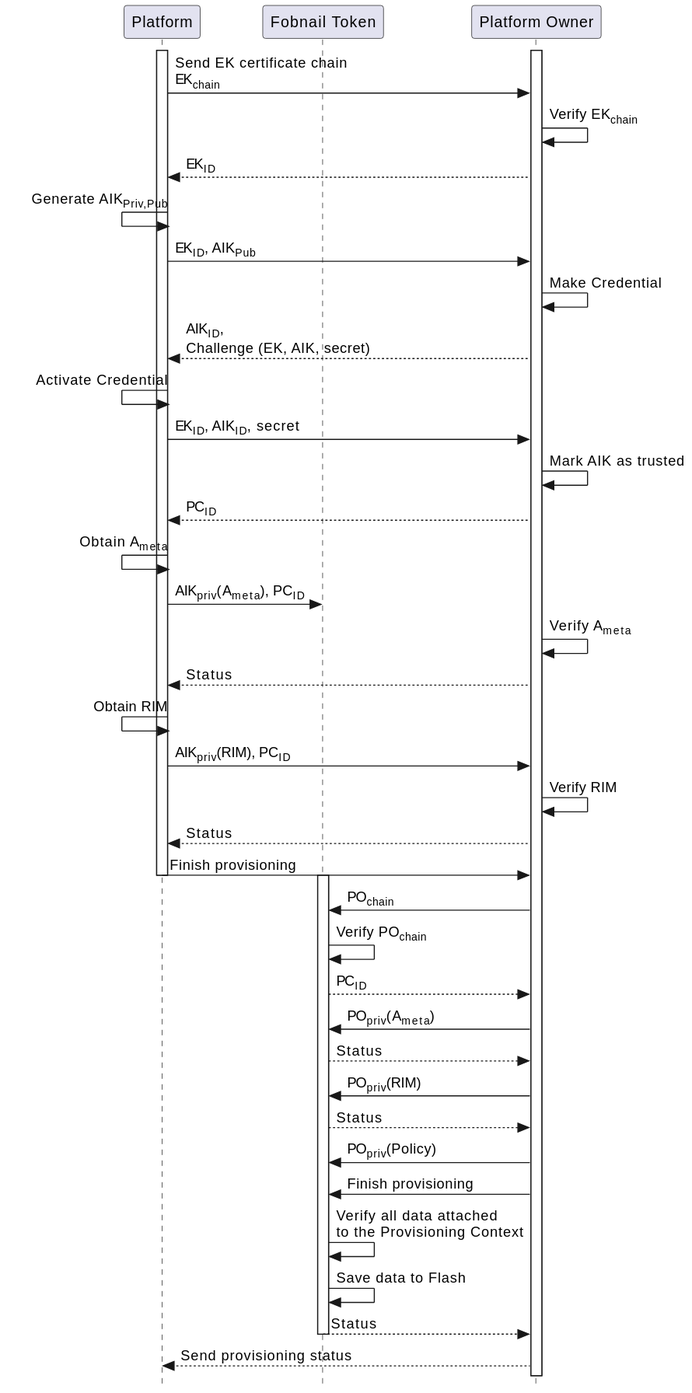
Earlier version of the PlantUML export rfcs/img/remote-platform-provisioning.svg (fobnail/docs). Source of this version:
```plantuml
@startuml Fobnail Local Platform Provisioning

skinparam style strictuml
participant "Platform"
participant "Fobnail Token" as FT
participant "Platform Owner" as PO

activate Platform
activate PO

Platform -> PO: Send EK certificate chain\nEK<sub>chain</sub>
PO -> PO: Verify EK<sub>chain</sub>
PO --> Platform: EK<sub>ID</sub>
Platform <- Platform: Generate AIK<sub>Priv,Pub</sub>
Platform -> PO: EK<sub>ID</sub>, AIK<sub>Pub</sub>
PO -> PO: Make Credential
PO --> Platform: AIK<sub>ID</sub>,\nChallenge (EK, AIK, secret)
Platform <- Platform: Activate Credential
Platform -> PO: EK<sub>ID</sub>, AIK<sub>ID</sub>, secret
PO -> PO: Mark AIK as trusted
PO --> Platform: PC<sub>ID</sub>
Platform <- Platform: Obtain A<sub>meta</sub>
Platform -> FT: AIK<sub>priv</sub>(A<sub>meta</sub>), PC<sub>ID</sub>
PO -> PO: Verify A<sub>meta</sub>
PO --> Platform: Status
Platform <- Platform: Obtain RIM
Platform -> PO: AIK<sub>priv</sub>(RIM), PC<sub>ID</sub>
PO -> PO: Verify RIM
PO --> Platform: Status
Platform -> PO: Finish provisioning

deactivate Platform
activate FT

PO -> FT: PO<sub>chain</sub>
FT -> FT: Verify PO<sub>chain</sub>
FT --> PO: PC<sub>ID</sub>
PO -> FT: PO<sub>priv</sub>(A<sub>meta</sub>)
FT --> PO: Status
PO -> FT: PO<sub>priv</sub>(RIM)
FT --> PO: Status
PO -> FT: PO<sub>priv</sub>(Policy)
PO -> FT: Finish provisioning
FT -> FT: Verify all data attached\nto the Provisioning Context
FT -> FT: Save data to Flash
FT --> PO: Status

deactivate FT

PO --> Platform: Send provisioning status

@enduml
```
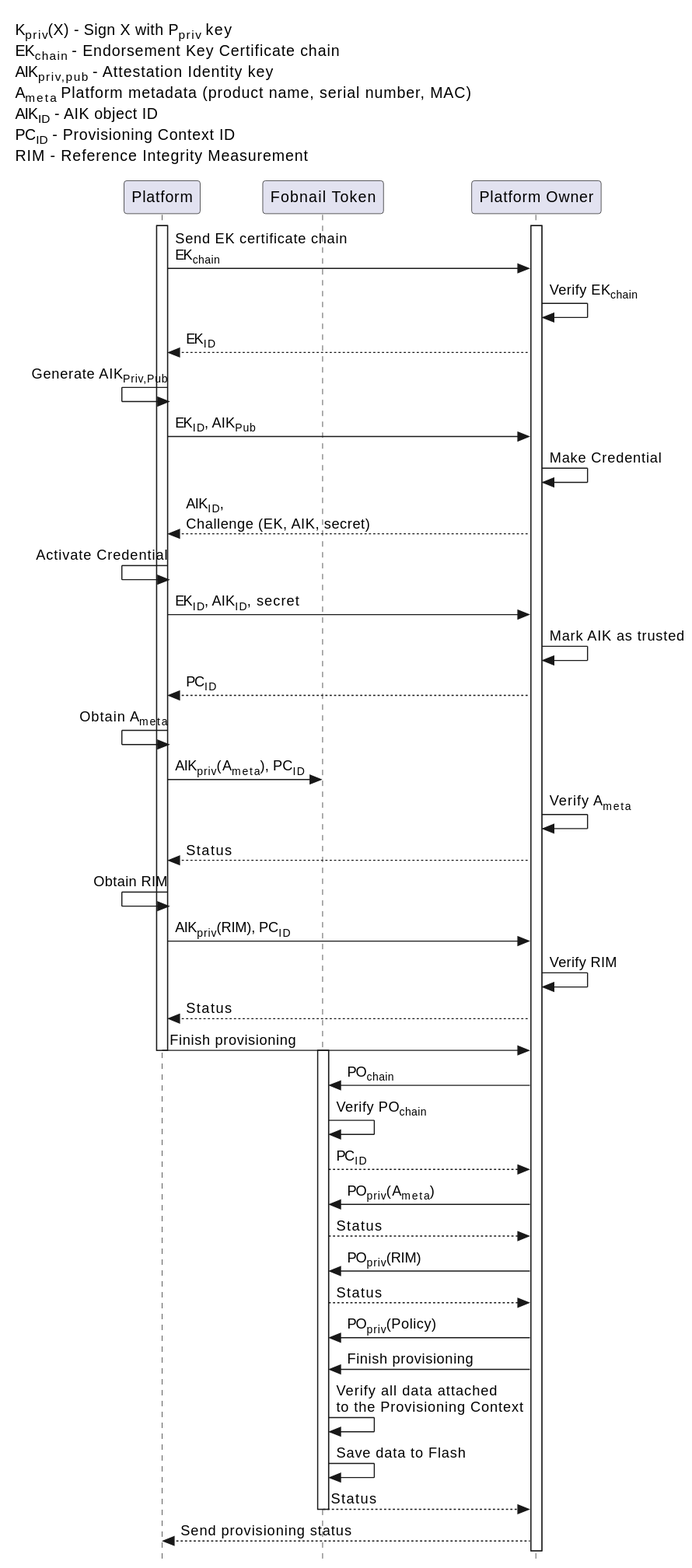
The same file after the commit.

The edit, as a diff of the source:
```diff
@@ -1,9 +1,21 @@
-@startuml Fobnail Local Platform Provisioning
+@startuml Fobnail Remote Platform Provisioning
 
+skinparam LegendBorderThickness 0
+skinparam LegendBackgroundColor #white
 skinparam style strictuml
 participant "Platform"
 participant "Fobnail Token" as FT
 participant "Platform Owner" as PO
+
+legend top left
+    K<sub>priv</sub>(X) - Sign X with P<sub>priv</sub> key
+    EK<sub>chain</sub> - Endorsement Key Certificate chain
+    AIK<sub>priv,pub</sub> - Attestation Identity key
+    A<sub>meta</sub> Platform metadata (product name, serial number, MAC)
+    AIK<sub>ID</sub> - AIK object ID
+    PC<sub>ID</sub> - Provisioning Context ID
+    RIM - Reference Integrity Measurement
+endlegend
 
 activate Platform
 activate PO
```
